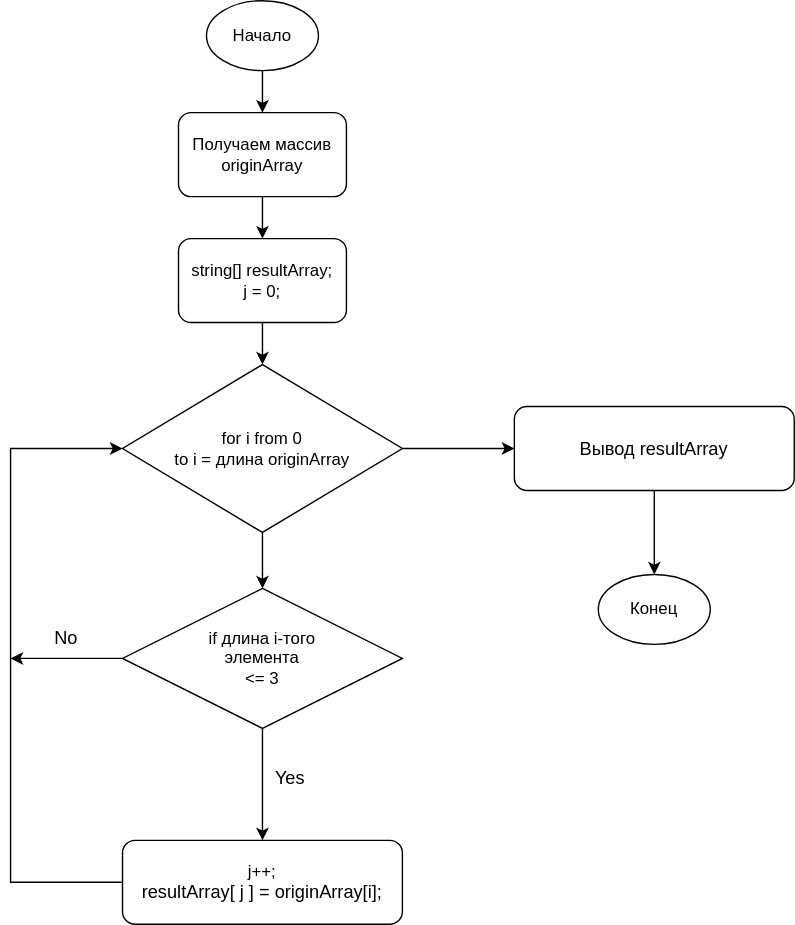
xkostix/chooseSpecialisation keeps this draw.io diagram as ChooseStringsfromArray.drawio.svg. Above is the earlier version. Source tidied: cells renumbered, new cells last; positions are measured from the earlier drawing's top-left corner, leaving out a move shared by most shapes.
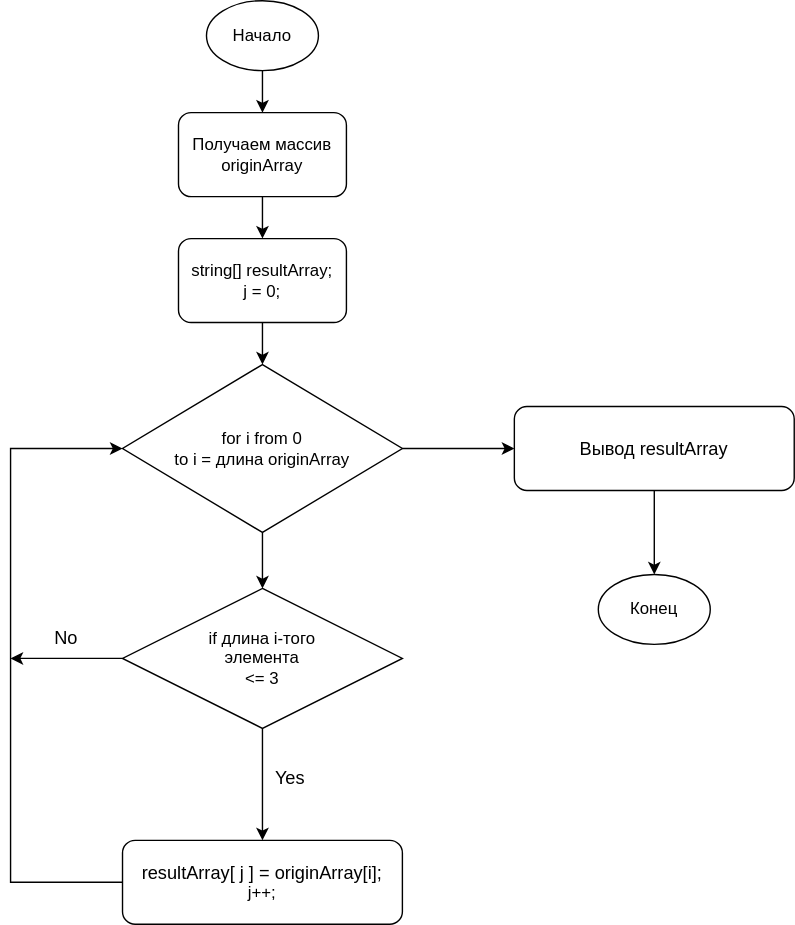
After the commit.

Commit message:
Block-scheme editing ChooseStringsfromArray.drawio.svg

The edit, as a diff of the source:
```diff
@@ -48,7 +48,7 @@
         </Array>
       </mxGeometry>
     </mxCell>
-    <mxCell id="15" value="&lt;div&gt;j++;&lt;/div&gt;&lt;div&gt;&lt;font style=&quot;font-size: 13px;&quot;&gt;resultArray[ j ] = originArray[i];&lt;br&gt;&lt;/font&gt;&lt;/div&gt;" style="rounded=1;whiteSpace=wrap;html=1;" parent="1" vertex="1">
+    <mxCell id="15" value="&lt;div&gt;&lt;font style=&quot;font-size: 13px;&quot;&gt;resultArray[ j ] = originArray[i];&lt;br&gt;&lt;/font&gt;&lt;/div&gt;&lt;div&gt;j++;&lt;/div&gt;" style="rounded=1;whiteSpace=wrap;html=1;" parent="1" vertex="1">
       <mxGeometry x="80" y="600" width="200" height="60" as="geometry" />
     </mxCell>
     <mxCell id="16" value="&lt;div&gt;Yes&lt;/div&gt;" style="text;html=1;strokeColor=none;fillColor=none;align=center;verticalAlign=middle;whiteSpace=wrap;rounded=0;fontSize=13;" parent="1" vertex="1">
```
